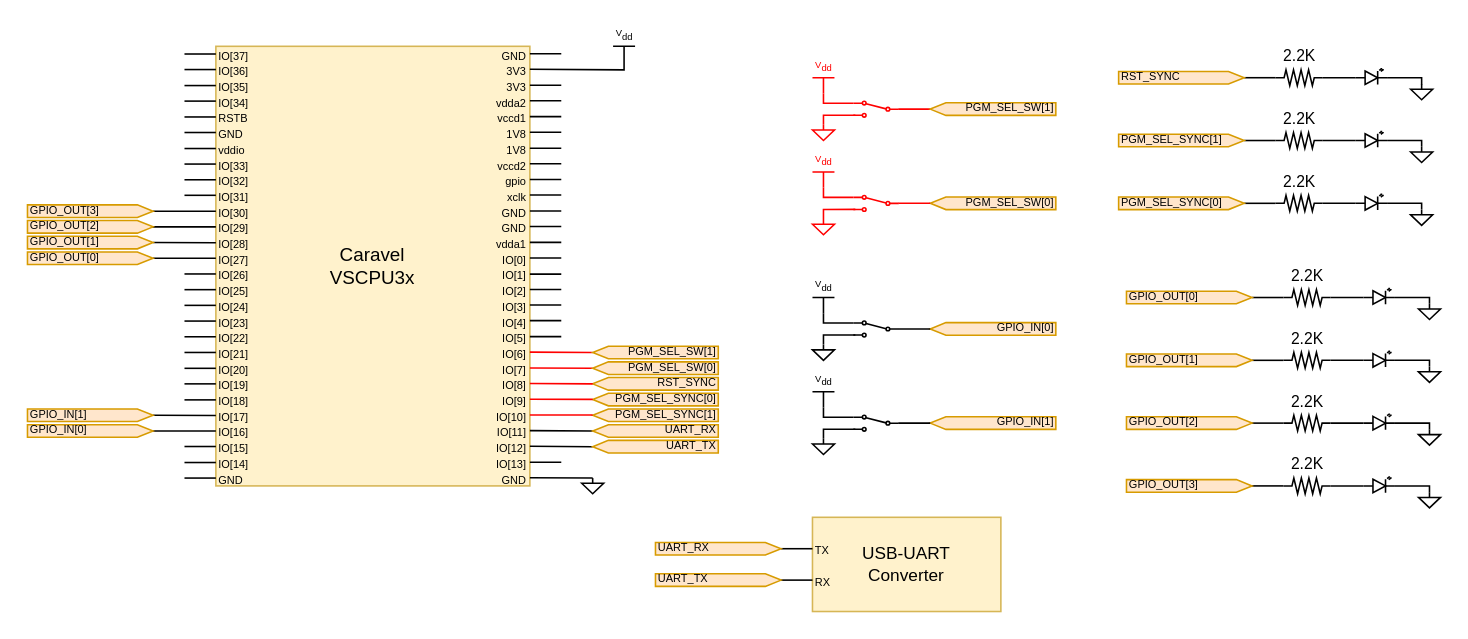
The draw.io diagram vscpu3x_docs/VSCPU3x_Connections.drawio in BYCakar/caravel_vscpu3x_board, before the edit. Source tidied: cells renumbered, new cells numbered last; positions are measured from the earlier drawing's top-left corner, leaving out a move shared by most shapes. Both pictures are drawn from the tidied source at 157%, with x=0, y=0 at pixel (27, 46).
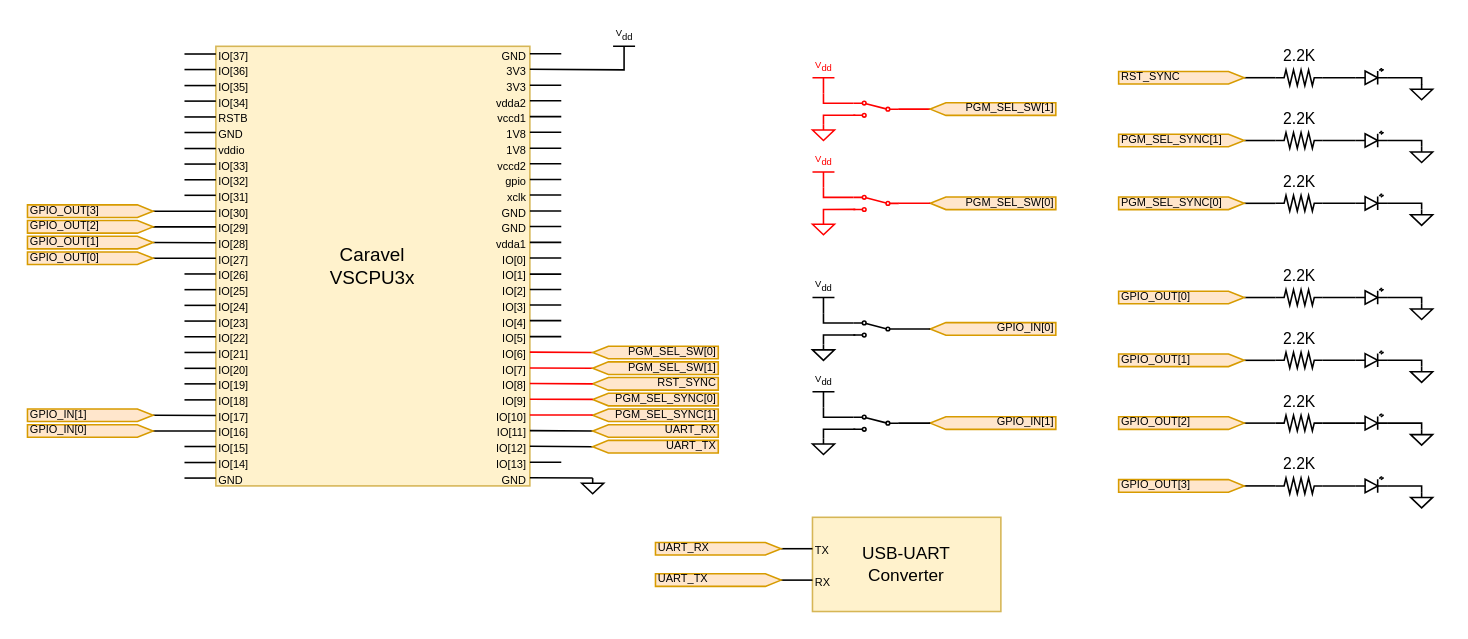
After the change.

Commit message (it also covers changes not shown here):
Correct PGM_SEL_SW input order in schematic

What changed in the source:
```diff
@@
     <mxCell id="165" style="edgeStyle=orthogonalEdgeStyle;rounded=0;jettySize=auto;html=1;exitX=1;exitY=0.5;exitDx=0;exitDy=0;exitPerimeter=0;endArrow=none;endFill=0;entryX=0;entryY=0.57;entryDx=0;entryDy=0;entryPerimeter=0;" parent="1" edge="1" source="166">
       <mxGeometry relative="1" as="geometry">
-        <mxPoint x="851" y="159.7" as="targetPoint" />
+        <mxPoint x="846" y="159.7" as="targetPoint" />
       </mxGeometry>
     </mxCell>
     <mxCell id="166" value="&lt;font style=&quot;font-size: 10px;&quot;&gt;2.2K&lt;/font&gt;" style="verticalLabelPosition=top;shadow=0;dashed=0;align=center;html=1;verticalAlign=bottom;shape=mxgraph.electrical.resistors.resistor_2;labelPosition=center;fontSize=10;horizontal=1;" parent="1" vertex="1">
-      <mxGeometry x="800" y="155" width="30" height="10" as="geometry" />
+      <mxGeometry x="795" y="155" width="30" height="10" as="geometry" />
     </mxCell>
     <mxCell id="167" style="verticalLabelPosition=bottom;shadow=0;dashed=0;align=center;html=1;verticalAlign=top;shape=mxgraph.electrical.signal_sources.signal_ground;strokeColor=#000000;fontColor=#ff0000;" parent="1" vertex="1">
-      <mxGeometry x="886" y="164" width="14" height="10" as="geometry" />
+      <mxGeometry x="881" y="164" width="14" height="10" as="geometry" />
     </mxCell>
@@
     <mxCell id="169" value="GPIO_OUT[0]" style="html=1;shadow=0;dashed=0;align=left;verticalAlign=middle;shape=mxgraph.arrows2.arrow;dy=0;dx=10;notch=0;fillColor=#ffe6cc;strokeColor=#d79b00;fontSize=7;flipH=0;labelPosition=center;verticalLabelPosition=middle;" parent="1" vertex="1">
-      <mxGeometry x="700" y="156" width="80" height="8" as="geometry" />
+      <mxGeometry x="695" y="156" width="80" height="8" as="geometry" />
     </mxCell>
@@
     <mxCell id="171" style="edgeStyle=orthogonalEdgeStyle;rounded=0;jettySize=auto;html=1;exitX=1;exitY=0.5;exitDx=0;exitDy=0;exitPerimeter=0;endArrow=none;endFill=0;entryX=0;entryY=0.57;entryDx=0;entryDy=0;entryPerimeter=0;" parent="1" edge="1" source="172">
       <mxGeometry relative="1" as="geometry">
-        <mxPoint x="851" y="199.7" as="targetPoint" />
+        <mxPoint x="846" y="199.7" as="targetPoint" />
       </mxGeometry>
     </mxCell>
     <mxCell id="172" value="&lt;font style=&quot;font-size: 10px;&quot;&gt;2.2K&lt;/font&gt;" style="verticalLabelPosition=top;shadow=0;dashed=0;align=center;html=1;verticalAlign=bottom;shape=mxgraph.electrical.resistors.resistor_2;labelPosition=center;fontSize=10;horizontal=1;" parent="1" vertex="1">
-      <mxGeometry x="800" y="195" width="30" height="10" as="geometry" />
+      <mxGeometry x="795" y="195" width="30" height="10" as="geometry" />
     </mxCell>
     <mxCell id="173" style="verticalLabelPosition=bottom;shadow=0;dashed=0;align=center;html=1;verticalAlign=top;shape=mxgraph.electrical.signal_sources.signal_ground;strokeColor=#000000;fontColor=#ff0000;" parent="1" vertex="1">
-      <mxGeometry x="886" y="204" width="14" height="10" as="geometry" />
+      <mxGeometry x="881" y="204" width="14" height="10" as="geometry" />
     </mxCell>
@@
     <mxCell id="175" value="GPIO_OUT[1]" style="html=1;shadow=0;dashed=0;align=left;verticalAlign=middle;shape=mxgraph.arrows2.arrow;dy=0;dx=10;notch=0;fillColor=#ffe6cc;strokeColor=#d79b00;fontSize=7;flipH=0;labelPosition=center;verticalLabelPosition=middle;" parent="1" vertex="1">
-      <mxGeometry x="700" y="196" width="80" height="8" as="geometry" />
+      <mxGeometry x="695" y="196" width="80" height="8" as="geometry" />
     </mxCell>
@@
     <mxCell id="177" style="edgeStyle=orthogonalEdgeStyle;rounded=0;jettySize=auto;html=1;exitX=1;exitY=0.5;exitDx=0;exitDy=0;exitPerimeter=0;endArrow=none;endFill=0;entryX=0;entryY=0.57;entryDx=0;entryDy=0;entryPerimeter=0;" parent="1" edge="1" source="178">
       <mxGeometry relative="1" as="geometry">
-        <mxPoint x="851" y="239.7" as="targetPoint" />
+        <mxPoint x="846" y="239.7" as="targetPoint" />
       </mxGeometry>
     </mxCell>
     <mxCell id="178" value="&lt;font style=&quot;font-size: 10px;&quot;&gt;2.2K&lt;/font&gt;" style="verticalLabelPosition=top;shadow=0;dashed=0;align=center;html=1;verticalAlign=bottom;shape=mxgraph.electrical.resistors.resistor_2;labelPosition=center;fontSize=10;horizontal=1;" parent="1" vertex="1">
-      <mxGeometry x="800" y="235" width="30" height="10" as="geometry" />
+      <mxGeometry x="795" y="235" width="30" height="10" as="geometry" />
     </mxCell>
     <mxCell id="179" style="verticalLabelPosition=bottom;shadow=0;dashed=0;align=center;html=1;verticalAlign=top;shape=mxgraph.electrical.signal_sources.signal_ground;strokeColor=#000000;fontColor=#ff0000;" parent="1" vertex="1">
-      <mxGeometry x="886" y="244" width="14" height="10" as="geometry" />
+      <mxGeometry x="881" y="244" width="14" height="10" as="geometry" />
     </mxCell>
@@
     <mxCell id="181" value="GPIO_OUT[2]" style="html=1;shadow=0;dashed=0;align=left;verticalAlign=middle;shape=mxgraph.arrows2.arrow;dy=0;dx=10;notch=0;fillColor=#ffe6cc;strokeColor=#d79b00;fontSize=7;flipH=0;labelPosition=center;verticalLabelPosition=middle;" parent="1" vertex="1">
-      <mxGeometry x="700" y="236" width="80" height="8" as="geometry" />
+      <mxGeometry x="695" y="236" width="80" height="8" as="geometry" />
     </mxCell>
@@
     <mxCell id="183" style="edgeStyle=orthogonalEdgeStyle;rounded=0;jettySize=auto;html=1;exitX=1;exitY=0.5;exitDx=0;exitDy=0;exitPerimeter=0;endArrow=none;endFill=0;entryX=0;entryY=0.57;entryDx=0;entryDy=0;entryPerimeter=0;" parent="1" edge="1" source="184">
       <mxGeometry relative="1" as="geometry">
-        <mxPoint x="851" y="279.7" as="targetPoint" />
+        <mxPoint x="846" y="279.7" as="targetPoint" />
       </mxGeometry>
     </mxCell>
     <mxCell id="184" value="&lt;font style=&quot;font-size: 10px;&quot;&gt;2.2K&lt;/font&gt;" style="verticalLabelPosition=top;shadow=0;dashed=0;align=center;html=1;verticalAlign=bottom;shape=mxgraph.electrical.resistors.resistor_2;labelPosition=center;fontSize=10;horizontal=1;" parent="1" vertex="1">
-      <mxGeometry x="800" y="275" width="30" height="10" as="geometry" />
+      <mxGeometry x="795" y="275" width="30" height="10" as="geometry" />
     </mxCell>
     <mxCell id="185" style="verticalLabelPosition=bottom;shadow=0;dashed=0;align=center;html=1;verticalAlign=top;shape=mxgraph.electrical.signal_sources.signal_ground;strokeColor=#000000;fontColor=#ff0000;" parent="1" vertex="1">
-      <mxGeometry x="886" y="284" width="14" height="10" as="geometry" />
+      <mxGeometry x="881" y="284" width="14" height="10" as="geometry" />
     </mxCell>
@@
     <mxCell id="187" value="GPIO_OUT[3]" style="html=1;shadow=0;dashed=0;align=left;verticalAlign=middle;shape=mxgraph.arrows2.arrow;dy=0;dx=10;notch=0;fillColor=#ffe6cc;strokeColor=#d79b00;fontSize=7;flipH=0;labelPosition=center;verticalLabelPosition=middle;" parent="1" vertex="1">
-      <mxGeometry x="700" y="276" width="80" height="8" as="geometry" />
+      <mxGeometry x="695" y="276" width="80" height="8" as="geometry" />
     </mxCell>
@@
     <mxCell id="208" style="verticalLabelPosition=bottom;shadow=0;dashed=0;align=center;html=1;verticalAlign=top;shape=mxgraph.electrical.opto_electronics.led_2;" parent="1" vertex="1">
-      <mxGeometry x="851" y="154.3" width="20" height="10" as="geometry" />
+      <mxGeometry x="846" y="154.3" width="20" height="10" as="geometry" />
     </mxCell>
     <mxCell id="209" style="verticalLabelPosition=bottom;shadow=0;dashed=0;align=center;html=1;verticalAlign=top;shape=mxgraph.electrical.opto_electronics.led_2;" parent="1" vertex="1">
-      <mxGeometry x="851" y="194.3" width="20" height="10" as="geometry" />
+      <mxGeometry x="846" y="194.3" width="20" height="10" as="geometry" />
     </mxCell>
     <mxCell id="210" style="verticalLabelPosition=bottom;shadow=0;dashed=0;align=center;html=1;verticalAlign=top;shape=mxgraph.electrical.opto_electronics.led_2;" parent="1" vertex="1">
-      <mxGeometry x="851" y="234.3" width="20" height="10" as="geometry" />
+      <mxGeometry x="846" y="234.3" width="20" height="10" as="geometry" />
     </mxCell>
     <mxCell id="211" style="verticalLabelPosition=bottom;shadow=0;dashed=0;align=center;html=1;verticalAlign=top;shape=mxgraph.electrical.opto_electronics.led_2;" parent="1" vertex="1">
-      <mxGeometry x="851" y="274.3" width="20" height="10" as="geometry" />
+      <mxGeometry x="846" y="274.3" width="20" height="10" as="geometry" />
     </mxCell>
-    <mxCell id="212" value="PGM_SEL_SW[1]" style="html=1;shadow=0;dashed=0;align=right;verticalAlign=middle;shape=mxgraph.arrows2.arrow;dy=0;dx=10;notch=0;fillColor=#ffe6cc;strokeColor=#d79b00;fontSize=7;flipH=1;labelPosition=center;verticalLabelPosition=middle;legacyAnchorPoints=0;" parent="1" vertex="1">
+    <mxCell id="212" value="PGM_SEL_SW[0]" style="html=1;shadow=0;dashed=0;align=right;verticalAlign=middle;shape=mxgraph.arrows2.arrow;dy=0;dx=10;notch=0;fillColor=#ffe6cc;strokeColor=#d79b00;fontSize=7;flipH=1;labelPosition=center;verticalLabelPosition=middle;legacyAnchorPoints=0;" parent="1" vertex="1">
       <mxGeometry x="360" y="191" width="80" height="8" as="geometry" />
     </mxCell>
-    <mxCell id="213" value="PGM_SEL_SW[0]" style="html=1;shadow=0;dashed=0;align=right;verticalAlign=middle;shape=mxgraph.arrows2.arrow;dy=0;dx=10;notch=0;fillColor=#ffe6cc;strokeColor=#d79b00;fontSize=7;flipH=1;labelPosition=center;verticalLabelPosition=middle;rotation=0;flipV=0;legacyAnchorPoints=0;" parent="1" vertex="1">
+    <mxCell id="213" value="PGM_SEL_SW[1]" style="html=1;shadow=0;dashed=0;align=right;verticalAlign=middle;shape=mxgraph.arrows2.arrow;dy=0;dx=10;notch=0;fillColor=#ffe6cc;strokeColor=#d79b00;fontSize=7;flipH=1;labelPosition=center;verticalLabelPosition=middle;rotation=0;flipV=0;legacyAnchorPoints=0;" parent="1" vertex="1">
       <mxGeometry x="360" y="201" width="80" height="8" as="geometry" />
     </mxCell>
```
